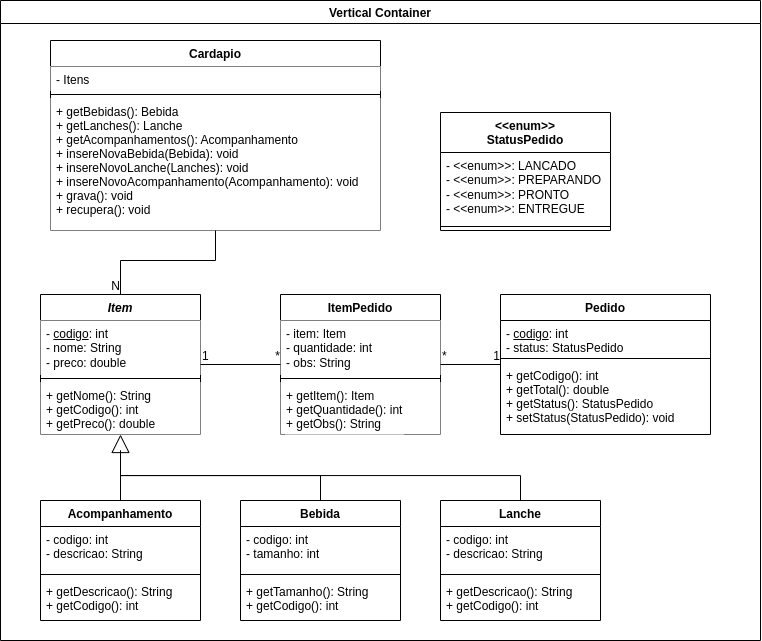
equinalhapuc/POOFoodTruck keeps this draw.io diagram as assets/PUCPOOFoodTruck.drawio.png. Above is the earlier version. Source tidied: cells renumbered, new cells last; positions are measured from the earlier drawing's top-left corner, leaving out a move shared by most shapes.
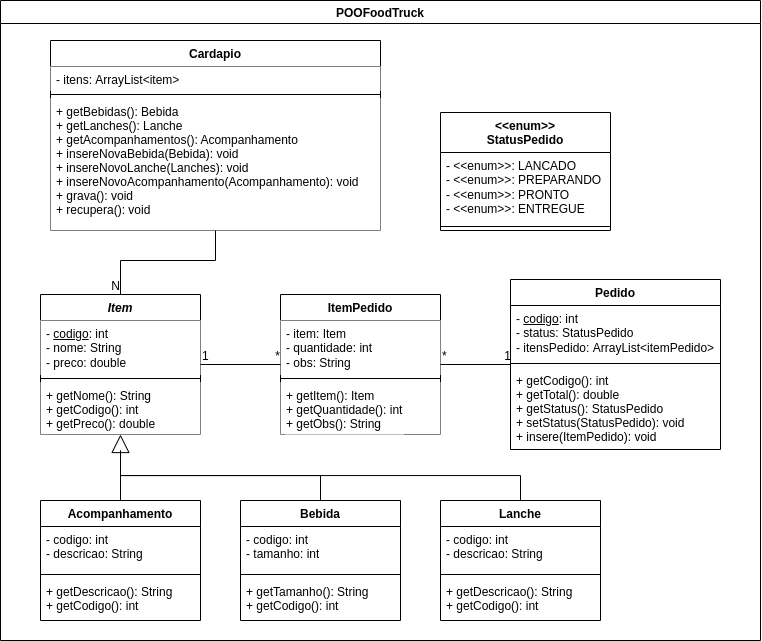
After the commit.

Commit message:
Atualizado diagrama

What changed in the source:
```diff
@@ -48,7 +48,7 @@
     <mxCell id="15" value="+ getDescricao(): String&#10;+ getCodigo(): int" style="text;strokeColor=none;fillColor=none;align=left;verticalAlign=top;spacingLeft=4;spacingRight=4;overflow=hidden;" parent="12" vertex="1">
       <mxGeometry y="78" width="160" height="42" as="geometry" />
     </mxCell>
-    <mxCell id="16" value="Vertical Container" style="swimlane;fillColor=default;" parent="1" vertex="1">
+    <mxCell id="16" value="POOFoodTruck" style="swimlane;fillColor=default;" parent="1" vertex="1">
       <mxGeometry width="760" height="640" as="geometry" />
     </mxCell>
     <mxCell id="17" value="Item" style="swimlane;fontStyle=3;align=center;verticalAlign=top;horizontal=1;startSize=26;" parent="16" vertex="1">
@@ -85,16 +85,16 @@
       <mxGeometry x="1" relative="1" as="geometry" />
     </mxCell>
     <mxCell id="28" value="Pedido" style="swimlane;fontStyle=1;align=center;verticalAlign=top;horizontal=1;startSize=26;" parent="16" vertex="1">
-      <mxGeometry x="500" y="294" width="210" height="140" as="geometry" />
+      <mxGeometry x="510" y="279" width="210" height="170" as="geometry" />
     </mxCell>
-    <mxCell id="29" value="- &lt;u&gt;codigo&lt;/u&gt;: int&lt;br&gt;- status:&amp;nbsp;&lt;span style=&quot;text-align: center;&quot;&gt;StatusPedido&lt;/span&gt;" style="text;strokeColor=none;fillColor=none;align=left;verticalAlign=top;spacingLeft=4;spacingRight=4;overflow=hidden;fontStyle=0;html=1;" parent="28" vertex="1">
-      <mxGeometry y="26" width="210" height="34" as="geometry" />
+    <mxCell id="29" value="- &lt;u&gt;codigo&lt;/u&gt;: int&lt;br&gt;- status:&amp;nbsp;&lt;span style=&quot;text-align: center;&quot;&gt;StatusPedido&lt;br&gt;- itensPedido: ArrayList&amp;lt;itemPedido&amp;gt;&lt;br&gt;&lt;/span&gt;" style="text;strokeColor=none;fillColor=none;align=left;verticalAlign=top;spacingLeft=4;spacingRight=4;overflow=hidden;fontStyle=0;html=1;" parent="28" vertex="1">
+      <mxGeometry y="26" width="210" height="54" as="geometry" />
     </mxCell>
     <mxCell id="30" style="line;strokeWidth=1;fillColor=none;align=left;verticalAlign=middle;spacingTop=-1;spacingLeft=3;spacingRight=3;labelPosition=right;" parent="28" vertex="1">
-      <mxGeometry y="60" width="210" height="8" as="geometry" />
+      <mxGeometry y="80" width="210" height="8" as="geometry" />
     </mxCell>
-    <mxCell id="31" value="+ getCodigo(): int&#10;+ getTotal(): double&#10;+ getStatus(): StatusPedido&#10;+ setStatus(StatusPedido): void" style="text;strokeColor=none;fillColor=none;align=left;verticalAlign=top;spacingLeft=4;spacingRight=4;overflow=hidden;fontStyle=0;" parent="28" vertex="1">
-      <mxGeometry y="68" width="210" height="72" as="geometry" />
+    <mxCell id="31" value="+ getCodigo(): int&#10;+ getTotal(): double&#10;+ getStatus(): StatusPedido&#10;+ setStatus(StatusPedido): void&#10;+ insere(ItemPedido): void" style="text;strokeColor=none;fillColor=none;align=left;verticalAlign=top;spacingLeft=4;spacingRight=4;overflow=hidden;fontStyle=0;" parent="28" vertex="1">
+      <mxGeometry y="88" width="210" height="82" as="geometry" />
     </mxCell>
     <mxCell id="32" style="endArrow=none;html=1;rounded=0;" parent="16" edge="1" source="21" target="28">
       <mxGeometry relative="1" as="geometry" />
@@ -108,7 +108,7 @@
     <mxCell id="35" value="Cardapio" style="swimlane;fontStyle=1;align=center;verticalAlign=top;horizontal=1;startSize=26;labelBackgroundColor=#FFFFFF;fillColor=#FFFFFF;" parent="16" vertex="1">
       <mxGeometry x="50" y="40" width="330" height="190" as="geometry" />
     </mxCell>
-    <mxCell id="36" value="- Itens" style="text;strokeColor=none;fillColor=default;align=left;verticalAlign=top;spacingLeft=4;spacingRight=4;overflow=hidden;fontStyle=0;html=1;labelBackgroundColor=#FFFFFF;" parent="35" vertex="1">
+    <mxCell id="36" value="- itens: ArrayList&amp;lt;item&amp;gt;" style="text;strokeColor=none;fillColor=default;align=left;verticalAlign=top;spacingLeft=4;spacingRight=4;overflow=hidden;fontStyle=0;html=1;labelBackgroundColor=#FFFFFF;" parent="35" vertex="1">
       <mxGeometry y="26" width="330" height="24" as="geometry" />
     </mxCell>
     <mxCell id="37" style="line;strokeWidth=1;fillColor=none;align=left;verticalAlign=middle;spacingTop=-1;spacingLeft=3;spacingRight=3;labelPosition=right;labelBackgroundColor=#FFFFFF;" parent="35" vertex="1">
```
